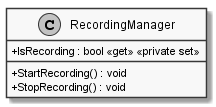
Above: documents/sd/resources/Classes/Core/MORR/RecordingManager.png in insightmind/MORR (PlantUML), before the change.
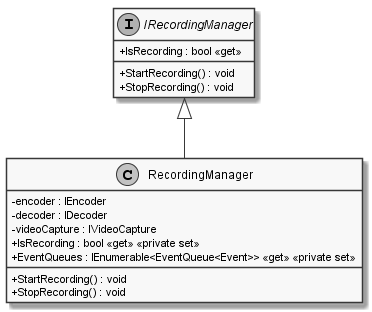
Later version of the same file.

Change to the diagram source:
```diff
@@ -3,9 +3,21 @@
 skinparam classAttributeIconSize 0
 
 class RecordingManager {
+    - encoder : IEncoder
+    - decoder : IDecoder
+    - videoCapture : IVideoCapture
     + IsRecording : bool <<get>> <<private set>>
+    + EventQueues : IEnumerable<EventQueue<Event>> <<get>> <<private set>>
     + StartRecording() : void
     + StopRecording() : void
 }
 
+interface IRecordingManager {
+    + IsRecording : bool <<get>>
+    + StartRecording() : void
+    + StopRecording() : void
+}
+
+IRecordingManager <|-- RecordingManager
+
 @enduml
```
